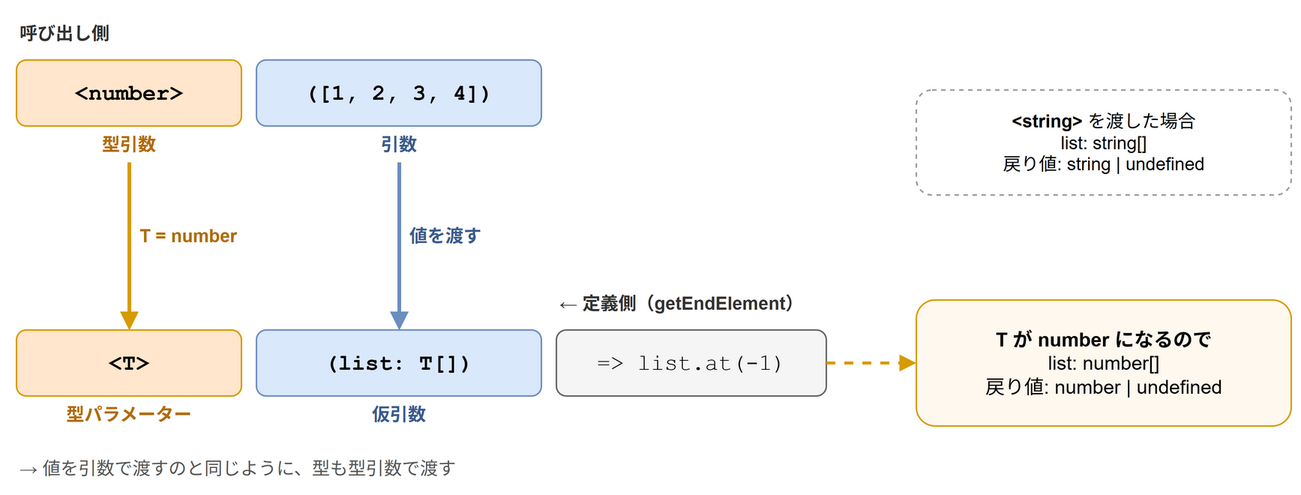
Before: images/articles/typescript-generics-func/type-parameter.drawio.png, a diagram exported from draw.io (aew2sbee/zenn). Source tidied: cells renumbered, new cells last; positions are measured from the earlier drawing's top-left corner, leaving out a move shared by most shapes. The source it was exported from:
```xml
<mxGraphModel>
  <root>
    <mxCell id="0" />
    <mxCell id="1" parent="0" />
    <mxCell id="2" value="呼び出し側" style="text;html=1;whiteSpace=wrap;align=left;verticalAlign=middle;fontSize=12;fontColor=#333333;fontStyle=1;" parent="1" vertex="1">
      <mxGeometry width="300" height="24" as="geometry" />
    </mxCell>
    <mxCell id="3" value="&amp;lt;number&amp;gt;" style="rounded=1;whiteSpace=wrap;html=1;fontSize=15;fillColor=#ffe6cc;strokeColor=#d79b00;fontStyle=1;fontFamily=Courier New;" parent="1" vertex="1">
      <mxGeometry y="30" width="150" height="44" as="geometry" />
    </mxCell>
    <mxCell id="4" value="([1, 2, 3, 4])" style="rounded=1;whiteSpace=wrap;html=1;fontSize=15;fillColor=#dae8fc;strokeColor=#6c8ebf;fontStyle=1;fontFamily=Courier New;" parent="1" vertex="1">
      <mxGeometry x="160" y="30" width="190" height="44" as="geometry" />
    </mxCell>
    <mxCell id="5" value="型引数" style="text;html=1;whiteSpace=wrap;align=center;verticalAlign=middle;fontSize=12;fontColor=#b36b00;fontStyle=1;" parent="1" vertex="1">
      <mxGeometry y="76" width="150" height="20" as="geometry" />
    </mxCell>
    <mxCell id="6" value="引数" style="text;html=1;whiteSpace=wrap;align=center;verticalAlign=middle;fontSize=12;fontColor=#3b5b8f;fontStyle=1;" parent="1" vertex="1">
      <mxGeometry x="160" y="76" width="190" height="20" as="geometry" />
    </mxCell>
    <mxCell id="7" value="← 定義側（getEndElement）" style="text;html=1;whiteSpace=wrap;align=left;verticalAlign=middle;fontSize=12;fontColor=#333333;fontStyle=1;" parent="1" vertex="1">
      <mxGeometry x="360" y="180" width="300" height="24" as="geometry" />
    </mxCell>
    <mxCell id="8" value="&amp;lt;T&amp;gt;" style="rounded=1;whiteSpace=wrap;html=1;fontSize=15;fillColor=#ffe6cc;strokeColor=#d79b00;fontStyle=1;fontFamily=Courier New;" parent="1" vertex="1">
      <mxGeometry y="210" width="150" height="44" as="geometry" />
    </mxCell>
    <mxCell id="9" value="(list: T[])" style="rounded=1;whiteSpace=wrap;html=1;fontSize=15;fillColor=#dae8fc;strokeColor=#6c8ebf;fontStyle=1;fontFamily=Courier New;" parent="1" vertex="1">
      <mxGeometry x="160" y="210" width="190" height="44" as="geometry" />
    </mxCell>
    <mxCell id="10" value="=&gt; list.at(-1)" style="rounded=1;whiteSpace=wrap;html=1;fontSize=15;fillColor=#f5f5f5;strokeColor=#666666;fontFamily=Courier New;" parent="1" vertex="1">
      <mxGeometry x="360" y="210" width="180" height="44" as="geometry" />
    </mxCell>
    <mxCell id="11" value="型パラメーター" style="text;html=1;whiteSpace=wrap;align=center;verticalAlign=middle;fontSize=12;fontColor=#b36b00;fontStyle=1;" parent="1" vertex="1">
      <mxGeometry y="256" width="150" height="20" as="geometry" />
    </mxCell>
    <mxCell id="12" value="仮引数" style="text;html=1;whiteSpace=wrap;align=center;verticalAlign=middle;fontSize=12;fontColor=#3b5b8f;fontStyle=1;" parent="1" vertex="1">
      <mxGeometry x="160" y="256" width="190" height="20" as="geometry" />
    </mxCell>
    <mxCell id="13" style="html=1;endArrow=block;endFill=1;strokeColor=#d79b00;strokeWidth=2.5;fontSize=12;labelBackgroundColor=none;verticalAlign=bottom;" parent="1" edge="1">
      <mxGeometry relative="1" as="geometry">
        <mxPoint x="75" y="98" as="sourcePoint" />
        <mxPoint x="75" y="210" as="targetPoint" />
      </mxGeometry>
    </mxCell>
    <mxCell id="14" style="html=1;endArrow=block;endFill=1;strokeColor=#6c8ebf;strokeWidth=2.5;fontSize=12;labelBackgroundColor=none;verticalAlign=bottom;" parent="1" edge="1">
      <mxGeometry relative="1" as="geometry">
        <mxPoint x="255" y="98" as="sourcePoint" />
        <mxPoint x="255" y="210" as="targetPoint" />
      </mxGeometry>
    </mxCell>
    <mxCell id="15" value="T = number" style="text;html=1;whiteSpace=wrap;align=left;verticalAlign=middle;fontSize=12;fontColor=#b36b00;fontStyle=1;" parent="1" vertex="1">
      <mxGeometry x="80" y="135" width="90" height="24" as="geometry" />
    </mxCell>
    <mxCell id="16" value="値を渡す" style="text;html=1;whiteSpace=wrap;align=left;verticalAlign=middle;fontSize=12;fontColor=#3b5b8f;fontStyle=1;" parent="1" vertex="1">
      <mxGeometry x="260" y="135" width="100" height="24" as="geometry" />
    </mxCell>
    <mxCell id="17" value="→ 値を引数で渡すのと同じように、型も型引数で渡す" style="text;html=1;whiteSpace=wrap;align=left;verticalAlign=middle;fontSize=12;fontColor=#555555;" parent="1" vertex="1">
      <mxGeometry y="290" width="560" height="24" as="geometry" />
    </mxCell>
    <mxCell id="18" value="&lt;b&gt;T が number になるので&lt;/b&gt;&lt;br&gt;list: number[]&lt;br&gt;戻り値: number | undefined" style="rounded=1;whiteSpace=wrap;html=1;fontSize=13;fillColor=#fff8ee;strokeColor=#d79b00;" parent="1" vertex="1">
      <mxGeometry x="600" y="190" width="250" height="84" as="geometry" />
    </mxCell>
    <mxCell id="19" value="&lt;b&gt;&amp;lt;string&amp;gt;&lt;/b&gt; を渡した場合&lt;br&gt;list: string[]&lt;br&gt;戻り値: string | undefined" style="rounded=1;whiteSpace=wrap;html=1;fontSize=12;fillColor=#ffffff;strokeColor=#999999;dashed=1;" parent="1" vertex="1">
      <mxGeometry x="600" y="50" width="250" height="70" as="geometry" />
    </mxCell>
    <mxCell id="20" style="html=1;endArrow=block;endFill=1;strokeColor=#d79b00;strokeWidth=2;fontSize=12;labelBackgroundColor=none;verticalAlign=bottom;dashed=1;" parent="1" edge="1">
      <mxGeometry relative="1" as="geometry">
        <mxPoint x="540" y="232" as="sourcePoint" />
        <mxPoint x="600" y="232" as="targetPoint" />
      </mxGeometry>
    </mxCell>
  </root>
</mxGraphModel>
```
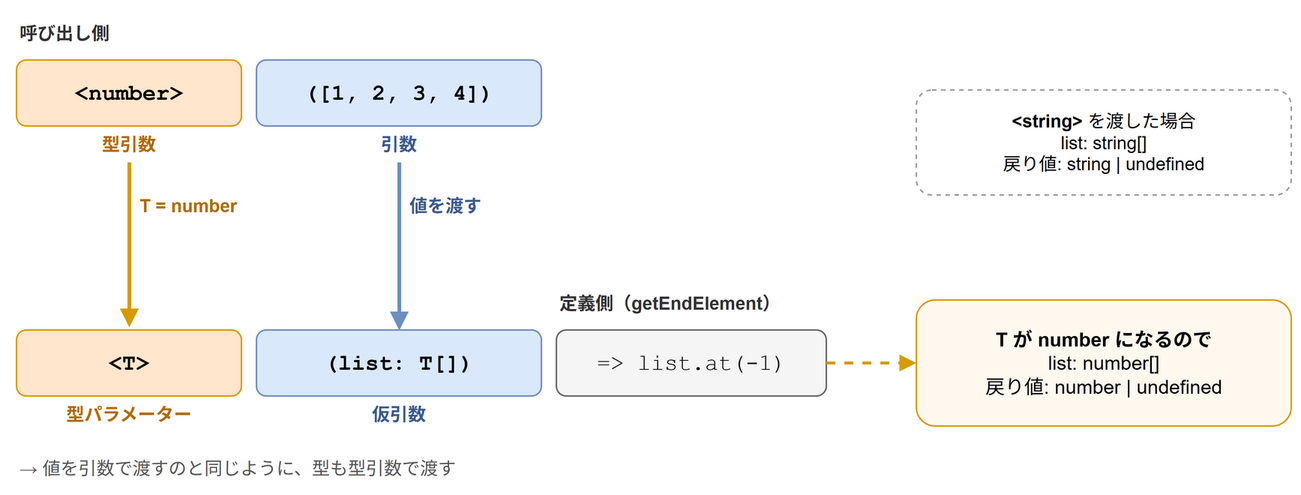
Later version of the same file.

Commit message:
docs: 図と導入文をレビュー指摘に合わせて修正

Diff of the diagram source:
```diff
@@ -17,8 +17,8 @@
     <mxCell id="6" value="引数" style="text;html=1;whiteSpace=wrap;align=center;verticalAlign=middle;fontSize=12;fontColor=#3b5b8f;fontStyle=1;" parent="1" vertex="1">
       <mxGeometry x="160" y="76" width="190" height="20" as="geometry" />
     </mxCell>
-    <mxCell id="7" value="← 定義側（getEndElement）" style="text;html=1;whiteSpace=wrap;align=left;verticalAlign=middle;fontSize=12;fontColor=#333333;fontStyle=1;" parent="1" vertex="1">
-      <mxGeometry x="360" y="180" width="300" height="24" as="geometry" />
+    <mxCell id="7" value="定義側（getEndElement）" style="text;html=1;whiteSpace=wrap;align=left;verticalAlign=middle;fontSize=12;fontColor=#333333;fontStyle=1;" parent="1" vertex="1">
+      <mxGeometry x="360" y="180" width="240" height="24" as="geometry" />
     </mxCell>
     <mxCell id="8" value="&amp;lt;T&amp;gt;" style="rounded=1;whiteSpace=wrap;html=1;fontSize=15;fillColor=#ffe6cc;strokeColor=#d79b00;fontStyle=1;fontFamily=Courier New;" parent="1" vertex="1">
       <mxGeometry y="210" width="150" height="44" as="geometry" />
@@ -38,7 +38,7 @@
     <mxCell id="13" style="html=1;endArrow=block;endFill=1;strokeColor=#d79b00;strokeWidth=2.5;fontSize=12;labelBackgroundColor=none;verticalAlign=bottom;" parent="1" edge="1">
       <mxGeometry relative="1" as="geometry">
         <mxPoint x="75" y="98" as="sourcePoint" />
-        <mxPoint x="75" y="210" as="targetPoint" />
+        <mxPoint x="75" y="208" as="targetPoint" />
       </mxGeometry>
     </mxCell>
     <mxCell id="14" style="html=1;endArrow=block;endFill=1;strokeColor=#6c8ebf;strokeWidth=2.5;fontSize=12;labelBackgroundColor=none;verticalAlign=bottom;" parent="1" edge="1">
@@ -48,10 +48,10 @@
       </mxGeometry>
     </mxCell>
     <mxCell id="15" value="T = number" style="text;html=1;whiteSpace=wrap;align=left;verticalAlign=middle;fontSize=12;fontColor=#b36b00;fontStyle=1;" parent="1" vertex="1">
-      <mxGeometry x="80" y="135" width="90" height="24" as="geometry" />
+      <mxGeometry x="80" y="115" width="90" height="24" as="geometry" />
     </mxCell>
     <mxCell id="16" value="値を渡す" style="text;html=1;whiteSpace=wrap;align=left;verticalAlign=middle;fontSize=12;fontColor=#3b5b8f;fontStyle=1;" parent="1" vertex="1">
-      <mxGeometry x="260" y="135" width="100" height="24" as="geometry" />
+      <mxGeometry x="260" y="115" width="100" height="24" as="geometry" />
     </mxCell>
     <mxCell id="17" value="→ 値を引数で渡すのと同じように、型も型引数で渡す" style="text;html=1;whiteSpace=wrap;align=left;verticalAlign=middle;fontSize=12;fontColor=#555555;" parent="1" vertex="1">
       <mxGeometry y="290" width="560" height="24" as="geometry" />
```
